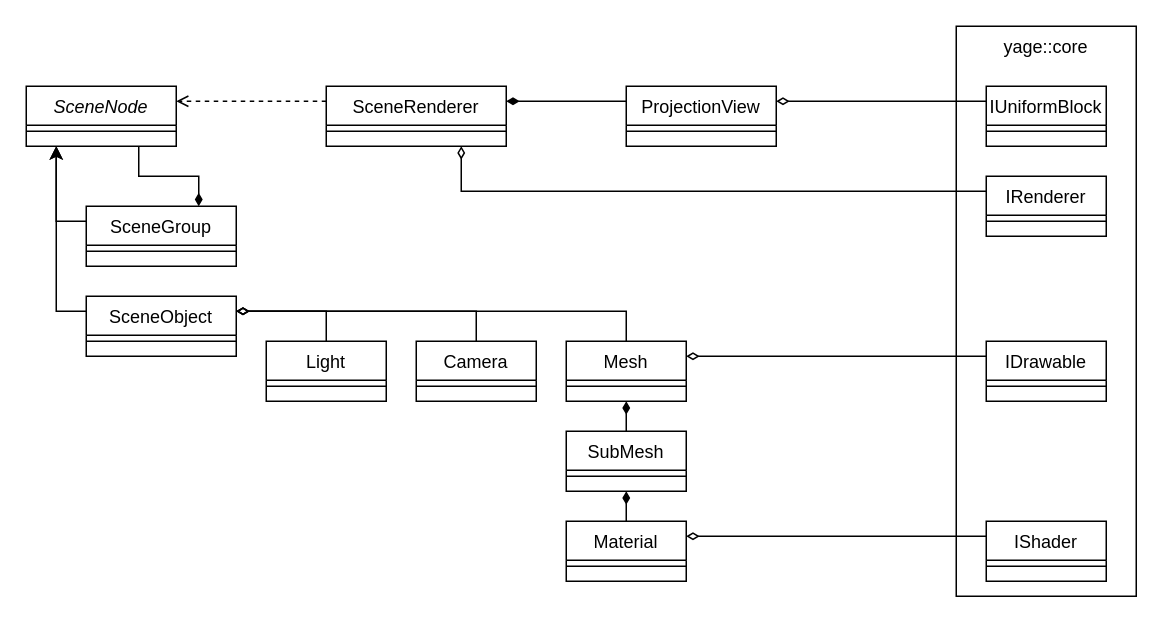
NiklasReiche/yage keeps this draw.io diagram as source/graphics3d/docs/uml.drawio. Above is the earlier version. Source tidied: cells renumbered, new cells numbered last; positions are measured from the earlier drawing's top-left corner, leaving out a move shared by most shapes. Both pictures are drawn from the tidied source at 150%, with x=0, y=0 at pixel (26, 26).
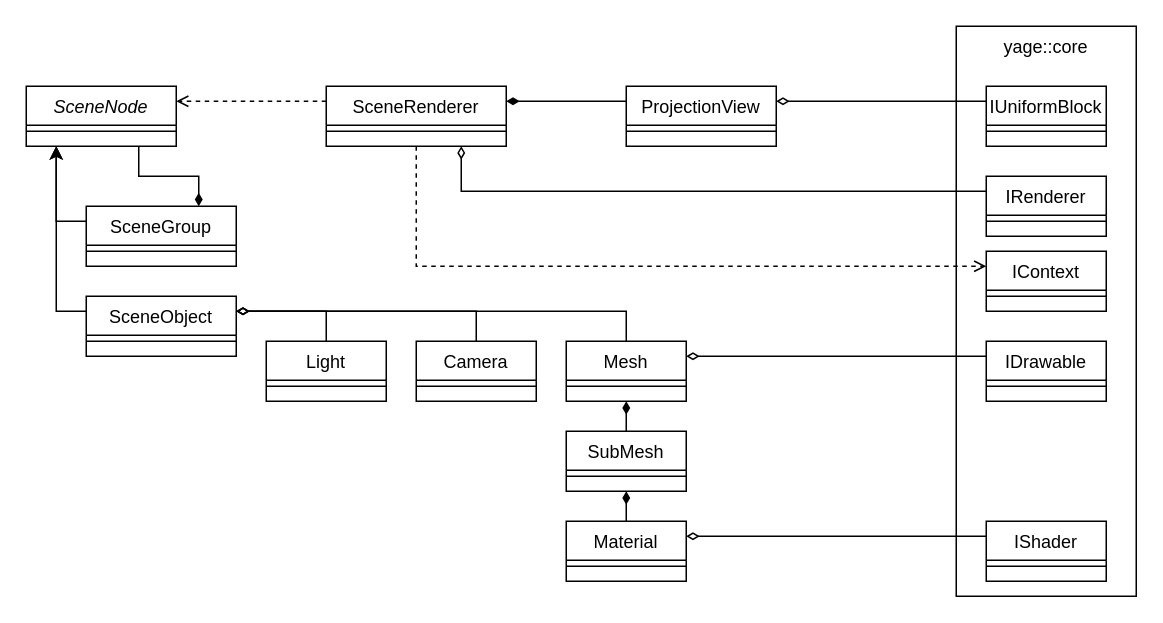
The same diagram, later.

The change refers to these unchanged cells:
```xml
<mxCell id="14" value="SceneRenderer" style="swimlane;fontStyle=0;align=center;verticalAlign=top;horizontal=1;startSize=26;rounded=0;shadow=0;strokeWidth=1;" parent="1" vertex="1">
  <mxGeometry x="200" y="40" width="120" height="40" as="geometry" />
</mxCell>
```

The edit, as a diff of the source:
```diff
@@
+    <mxCell id="45" style="edgeStyle=orthogonalEdgeStyle;rounded=0;jettySize=auto;html=1;exitX=0.5;exitY=1;exitDx=0;exitDy=0;entryX=0;entryY=0.25;entryDx=0;entryDy=0;dashed=1;endArrow=open;endFill=0;" parent="1" edge="1" source="14" target="46">
+      <mxGeometry relative="1" as="geometry" />
+    </mxCell>
@@
+    <mxCell id="46" value="IContext" style="swimlane;fontStyle=0;align=center;verticalAlign=top;horizontal=1;startSize=26;rounded=0;shadow=0;strokeWidth=1;" parent="1" vertex="1">
+      <mxGeometry x="640" y="150" width="80" height="40" as="geometry" />
+    </mxCell>
+    <mxCell id="47" style="line;html=1;strokeWidth=1;align=left;verticalAlign=middle;spacingTop=-1;spacingLeft=3;spacingRight=3;labelPosition=right;" parent="46" vertex="1">
+      <mxGeometry y="26" width="80" height="8" as="geometry" />
+    </mxCell>
```
